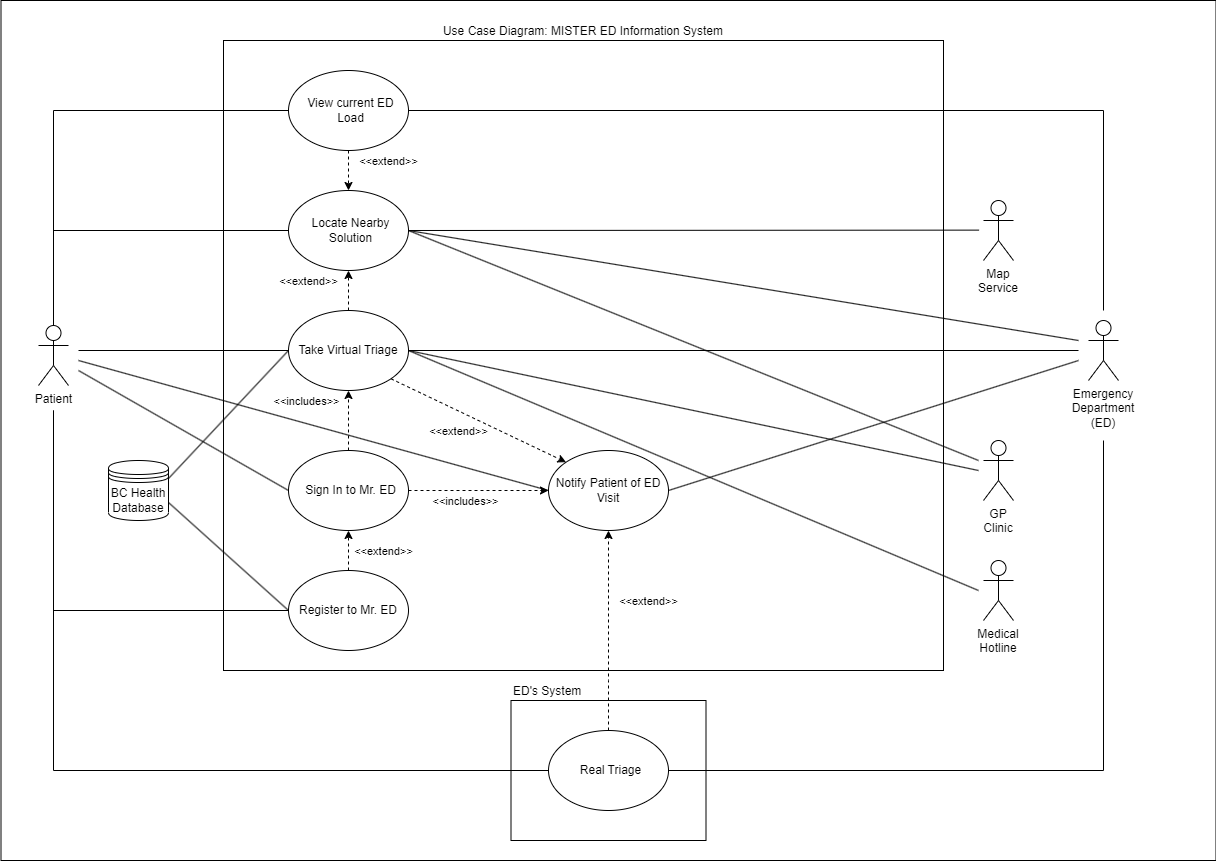
Earlier version of the draw.io export Assets/UseCaseDiagram.drawio.png (uvic-teach/project-m1-team9). Source tidied: cells renumbered, new cells last; positions are measured from the earlier drawing's top-left corner, leaving out a move shared by most shapes. Its diagram source:
```xml
<mxGraphModel background="#FFFFFF">
  <root>
    <mxCell id="0" />
    <mxCell id="1" parent="0" />
    <mxCell id="2" style="rounded=0;whiteSpace=wrap;html=1;labelPosition=center;verticalLabelPosition=top;align=center;verticalAlign=bottom;" parent="1" vertex="1">
      <mxGeometry x="0.5" width="1215" height="860" as="geometry" />
    </mxCell>
    <mxCell id="3" value="ED's System" style="rounded=0;whiteSpace=wrap;html=1;labelPosition=center;verticalLabelPosition=top;align=left;verticalAlign=bottom;" parent="1" vertex="1">
      <mxGeometry x="510.5" y="700" width="195" height="140" as="geometry" />
    </mxCell>
    <mxCell id="4" value="Use Case Diagram: MISTER ED Information System" style="rounded=0;whiteSpace=wrap;html=1;labelPosition=center;verticalLabelPosition=top;align=center;verticalAlign=bottom;" parent="1" vertex="1">
      <mxGeometry x="223" y="40" width="720" height="630" as="geometry" />
    </mxCell>
    <mxCell id="5" style="rounded=0;jettySize=auto;html=1;entryX=0;entryY=0.5;entryDx=0;entryDy=0;endArrow=none;endFill=0;" parent="1" edge="1" target="18">
      <mxGeometry relative="1" as="geometry">
        <mxPoint x="78" y="360" as="sourcePoint" />
      </mxGeometry>
    </mxCell>
    <mxCell id="6" style="rounded=0;jettySize=auto;html=1;entryX=0;entryY=0.5;entryDx=0;entryDy=0;endArrow=none;endFill=0;" parent="1" edge="1" target="15">
      <mxGeometry relative="1" as="geometry">
        <mxPoint x="78" y="350" as="sourcePoint" />
      </mxGeometry>
    </mxCell>
    <mxCell id="7" style="rounded=0;jettySize=auto;html=1;endArrow=none;endFill=0;entryX=0;entryY=0.5;entryDx=0;entryDy=0;" parent="1" edge="1" target="40">
      <mxGeometry relative="1" as="geometry">
        <mxPoint x="78" y="370" as="sourcePoint" />
      </mxGeometry>
    </mxCell>
    <mxCell id="8" style="edgeStyle=orthogonalEdgeStyle;rounded=0;jettySize=auto;html=1;entryX=0;entryY=0.5;entryDx=0;entryDy=0;endArrow=none;endFill=0;" parent="1" edge="1" source="11" target="17">
      <mxGeometry relative="1" as="geometry">
        <Array as="points">
          <mxPoint x="53" y="110" />
        </Array>
      </mxGeometry>
    </mxCell>
    <mxCell id="9" style="edgeStyle=orthogonalEdgeStyle;rounded=0;jettySize=auto;html=1;entryX=0;entryY=0.5;entryDx=0;entryDy=0;endArrow=none;endFill=0;" parent="1" edge="1" source="11" target="34">
      <mxGeometry relative="1" as="geometry">
        <Array as="points">
          <mxPoint x="53" y="230" />
        </Array>
      </mxGeometry>
    </mxCell>
    <mxCell id="10" style="edgeStyle=orthogonalEdgeStyle;rounded=0;jettySize=auto;html=1;entryX=0;entryY=0.5;entryDx=0;entryDy=0;endArrow=none;endFill=0;" parent="1" edge="1" target="44">
      <mxGeometry relative="1" as="geometry">
        <mxPoint x="53" y="410" as="sourcePoint" />
        <Array as="points">
          <mxPoint x="53" y="770" />
        </Array>
      </mxGeometry>
    </mxCell>
    <mxCell id="11" value="Patient" style="shape=umlActor;verticalLabelPosition=bottom;verticalAlign=top;html=1;" parent="1" vertex="1">
      <mxGeometry x="38" y="325" width="30" height="60" as="geometry" />
    </mxCell>
    <mxCell id="12" value="Register to Mr. ED" style="ellipse;whiteSpace=wrap;html=1;" parent="1" vertex="1">
      <mxGeometry x="288" y="570" width="120" height="80" as="geometry" />
    </mxCell>
    <mxCell id="13" style="rounded=0;jettySize=auto;html=1;entryX=0;entryY=0;entryDx=0;entryDy=0;dashed=1;exitX=1;exitY=1;exitDx=0;exitDy=0;" parent="1" edge="1" source="15" target="18">
      <mxGeometry relative="1" as="geometry" />
    </mxCell>
    <mxCell id="14" style="rounded=0;jettySize=auto;html=1;entryX=0.5;entryY=1;entryDx=0;entryDy=0;dashed=1;" parent="1" edge="1" source="15" target="34">
      <mxGeometry relative="1" as="geometry" />
    </mxCell>
    <mxCell id="15" value="Take Virtual Triage" style="ellipse;whiteSpace=wrap;html=1;" parent="1" vertex="1">
      <mxGeometry x="288" y="310" width="120" height="80" as="geometry" />
    </mxCell>
    <mxCell id="16" style="rounded=0;jettySize=auto;html=1;entryX=0.5;entryY=0;entryDx=0;entryDy=0;dashed=1;" parent="1" edge="1" source="17" target="34">
      <mxGeometry relative="1" as="geometry" />
    </mxCell>
    <mxCell id="17" value="View current ED Load" style="ellipse;whiteSpace=wrap;html=1;spacingLeft=5;" parent="1" vertex="1">
      <mxGeometry x="288" y="70" width="120" height="80" as="geometry" />
    </mxCell>
    <mxCell id="18" value="Notify Patient of ED Visit" style="ellipse;whiteSpace=wrap;html=1;" parent="1" vertex="1">
      <mxGeometry x="548" y="450" width="120" height="80" as="geometry" />
    </mxCell>
    <mxCell id="19" style="endArrow=none;html=1;rounded=0;entryX=0;entryY=0.5;entryDx=0;entryDy=0;endFill=0;edgeStyle=orthogonalEdgeStyle;" parent="1" edge="1" target="12">
      <mxGeometry relative="1" as="geometry">
        <mxPoint x="53" y="410" as="sourcePoint" />
        <Array as="points">
          <mxPoint x="53" y="610" />
        </Array>
      </mxGeometry>
    </mxCell>
    <mxCell id="20" style="rounded=0;jettySize=auto;html=1;entryX=1;entryY=0.5;entryDx=0;entryDy=0;endArrow=none;endFill=0;" parent="1" edge="1" target="18">
      <mxGeometry relative="1" as="geometry">
        <mxPoint x="1078" y="360" as="sourcePoint" />
      </mxGeometry>
    </mxCell>
    <mxCell id="21" style="edgeStyle=orthogonalEdgeStyle;rounded=0;jettySize=auto;html=1;entryX=1;entryY=0.5;entryDx=0;entryDy=0;endArrow=none;endFill=0;" parent="1" edge="1" target="44">
      <mxGeometry relative="1" as="geometry">
        <mxPoint x="1103" y="440" as="sourcePoint" />
        <Array as="points">
          <mxPoint x="1103" y="770" />
        </Array>
      </mxGeometry>
    </mxCell>
    <mxCell id="22" value="Emergency Department (ED)" style="shape=umlActor;verticalLabelPosition=bottom;verticalAlign=top;html=1;whiteSpace=wrap;" parent="1" vertex="1">
      <mxGeometry x="1088" y="320" width="30" height="60" as="geometry" />
    </mxCell>
    <mxCell id="23" style="endArrow=none;endFill=0;endSize=6;html=1;rounded=0;entryX=1;entryY=0.5;entryDx=0;entryDy=0;" parent="1" edge="1" target="15">
      <mxGeometry relative="1" as="geometry">
        <mxPoint x="1078" y="350" as="sourcePoint" />
      </mxGeometry>
    </mxCell>
    <mxCell id="24" style="rounded=0;jettySize=auto;html=1;entryX=0;entryY=0.5;entryDx=0;entryDy=0;endArrow=none;endFill=0;exitX=1;exitY=0.7;exitDx=0;exitDy=0;" parent="1" edge="1" source="26" target="12">
      <mxGeometry relative="1" as="geometry" />
    </mxCell>
    <mxCell id="25" style="rounded=0;jettySize=auto;html=1;entryX=0;entryY=0.5;entryDx=0;entryDy=0;endArrow=none;endFill=0;exitX=1;exitY=0.3;exitDx=0;exitDy=0;" parent="1" edge="1" source="26" target="15">
      <mxGeometry relative="1" as="geometry" />
    </mxCell>
    <mxCell id="26" value="BC Health Database" style="shape=datastore;whiteSpace=wrap;html=1;" parent="1" vertex="1">
      <mxGeometry x="108" y="460" width="60" height="60" as="geometry" />
    </mxCell>
    <mxCell id="27" style="rounded=0;jettySize=auto;html=1;entryX=1;entryY=0.5;entryDx=0;entryDy=0;endArrow=none;endFill=0;" parent="1" edge="1" target="15">
      <mxGeometry relative="1" as="geometry">
        <mxPoint x="978" y="590" as="sourcePoint" />
      </mxGeometry>
    </mxCell>
    <mxCell id="28" value="Medical Hotline" style="shape=umlActor;verticalLabelPosition=bottom;verticalAlign=top;html=1;whiteSpace=wrap;" parent="1" vertex="1">
      <mxGeometry x="983" y="560" width="30" height="60" as="geometry" />
    </mxCell>
    <mxCell id="29" style="rounded=0;jettySize=auto;html=1;entryX=1;entryY=0.5;entryDx=0;entryDy=0;endArrow=none;endFill=0;" parent="1" edge="1" target="15">
      <mxGeometry relative="1" as="geometry">
        <mxPoint x="978" y="470" as="sourcePoint" />
      </mxGeometry>
    </mxCell>
    <mxCell id="30" value="GP Clinic" style="shape=umlActor;verticalLabelPosition=bottom;verticalAlign=top;html=1;whiteSpace=wrap;" parent="1" vertex="1">
      <mxGeometry x="983" y="440" width="30" height="60" as="geometry" />
    </mxCell>
    <mxCell id="31" style="rounded=0;jettySize=auto;html=1;endArrow=none;endFill=0;edgeStyle=orthogonalEdgeStyle;" parent="1" edge="1" source="17">
      <mxGeometry relative="1" as="geometry">
        <mxPoint x="1103" y="310" as="targetPoint" />
        <Array as="points">
          <mxPoint x="1103" y="110" />
        </Array>
      </mxGeometry>
    </mxCell>
    <mxCell id="32" value="&amp;lt;&amp;lt;extend&amp;gt;&amp;gt;" style="edgeLabel;html=1;align=center;verticalAlign=middle;" parent="1" vertex="1">
      <mxGeometry x="383" y="550" as="geometry" />
    </mxCell>
    <mxCell id="33" value="&amp;lt;&amp;lt;extend&amp;gt;&amp;gt;" style="edgeLabel;html=1;align=center;verticalAlign=middle;" parent="1" vertex="1">
      <mxGeometry x="308" y="280" as="geometry" />
    </mxCell>
    <mxCell id="34" value="Locate Nearby Solution" style="ellipse;whiteSpace=wrap;html=1;spacingLeft=5;" parent="1" vertex="1">
      <mxGeometry x="288" y="190" width="120" height="80" as="geometry" />
    </mxCell>
    <mxCell id="35" style="rounded=0;jettySize=auto;html=1;entryX=1;entryY=0.5;entryDx=0;entryDy=0;endArrow=none;endFill=0;exitX=0.805;exitY=0.267;exitDx=0;exitDy=0;exitPerimeter=0;" parent="1" edge="1" source="2" target="34">
      <mxGeometry relative="1" as="geometry" />
    </mxCell>
    <mxCell id="36" value="Map Service" style="shape=umlActor;verticalLabelPosition=bottom;verticalAlign=top;html=1;whiteSpace=wrap;" parent="1" vertex="1">
      <mxGeometry x="983" y="200" width="30" height="60" as="geometry" />
    </mxCell>
    <mxCell id="37" style="rounded=0;jettySize=auto;html=1;endArrow=none;endFill=0;exitX=1;exitY=0.5;exitDx=0;exitDy=0;" parent="1" edge="1" source="34">
      <mxGeometry relative="1" as="geometry">
        <mxPoint x="978" y="460" as="targetPoint" />
      </mxGeometry>
    </mxCell>
    <mxCell id="38" style="rounded=0;jettySize=auto;html=1;endArrow=none;endFill=0;exitX=1;exitY=0.5;exitDx=0;exitDy=0;" parent="1" edge="1" source="34">
      <mxGeometry relative="1" as="geometry">
        <mxPoint x="1078" y="340" as="targetPoint" />
      </mxGeometry>
    </mxCell>
    <mxCell id="39" style="rounded=0;jettySize=auto;html=1;entryX=0.5;entryY=1;entryDx=0;entryDy=0;dashed=1;" parent="1" edge="1" source="40" target="15">
      <mxGeometry relative="1" as="geometry" />
    </mxCell>
    <mxCell id="40" value="Sign In to Mr. ED" style="ellipse;whiteSpace=wrap;html=1;spacingLeft=5;" parent="1" vertex="1">
      <mxGeometry x="288" y="450" width="120" height="80" as="geometry" />
    </mxCell>
    <mxCell id="41" value="&amp;lt;&amp;lt;includes&amp;gt;&amp;gt;" style="edgeLabel;html=1;align=center;verticalAlign=middle;" parent="1" vertex="1">
      <mxGeometry x="298" y="410" as="geometry">
        <mxPoint x="8" y="-10" as="offset" />
      </mxGeometry>
    </mxCell>
    <mxCell id="42" style="rounded=0;jettySize=auto;html=1;entryX=0.5;entryY=1;entryDx=0;entryDy=0;dashed=1;" parent="1" edge="1" source="12" target="40">
      <mxGeometry relative="1" as="geometry" />
    </mxCell>
    <mxCell id="43" style="edgeStyle=orthogonalEdgeStyle;rounded=0;jettySize=auto;html=1;dashed=1;" parent="1" edge="1" source="44" target="18">
      <mxGeometry relative="1" as="geometry">
        <Array as="points">
          <mxPoint x="608" y="680" />
          <mxPoint x="608" y="680" />
        </Array>
      </mxGeometry>
    </mxCell>
    <mxCell id="44" value="Real Triage" style="ellipse;whiteSpace=wrap;html=1;spacingLeft=5;" parent="1" vertex="1">
      <mxGeometry x="548" y="730" width="120" height="80" as="geometry" />
    </mxCell>
    <mxCell id="45" value="&amp;lt;&amp;lt;extend&amp;gt;&amp;gt;" style="edgeLabel;html=1;align=center;verticalAlign=middle;" parent="1" vertex="1">
      <mxGeometry x="648" y="600" as="geometry" />
    </mxCell>
    <mxCell id="46" value="&amp;lt;&amp;lt;extend&amp;gt;&amp;gt;" style="edgeLabel;html=1;align=center;verticalAlign=middle;" parent="1" vertex="1">
      <mxGeometry x="458" y="430" as="geometry" />
    </mxCell>
    <mxCell id="47" value="&amp;lt;&amp;lt;extend&amp;gt;&amp;gt;" style="edgeLabel;html=1;align=center;verticalAlign=middle;" parent="1" vertex="1">
      <mxGeometry x="388" y="160" as="geometry" />
    </mxCell>
    <mxCell id="48" style="endArrow=classic;dashed=1;html=1;rounded=0;endFill=1;exitX=1;exitY=0.5;exitDx=0;exitDy=0;entryX=0;entryY=0.5;entryDx=0;entryDy=0;" parent="1" edge="1" source="40" target="18">
      <mxGeometry relative="1" as="geometry" />
    </mxCell>
    <mxCell id="49" value="&amp;lt;&amp;lt;includes&amp;gt;&amp;gt;" style="edgeLabel;html=1;align=center;verticalAlign=middle;" parent="1" vertex="1">
      <mxGeometry x="468" y="440" as="geometry">
        <mxPoint x="-3" y="60" as="offset" />
      </mxGeometry>
    </mxCell>
  </root>
</mxGraphModel>
```
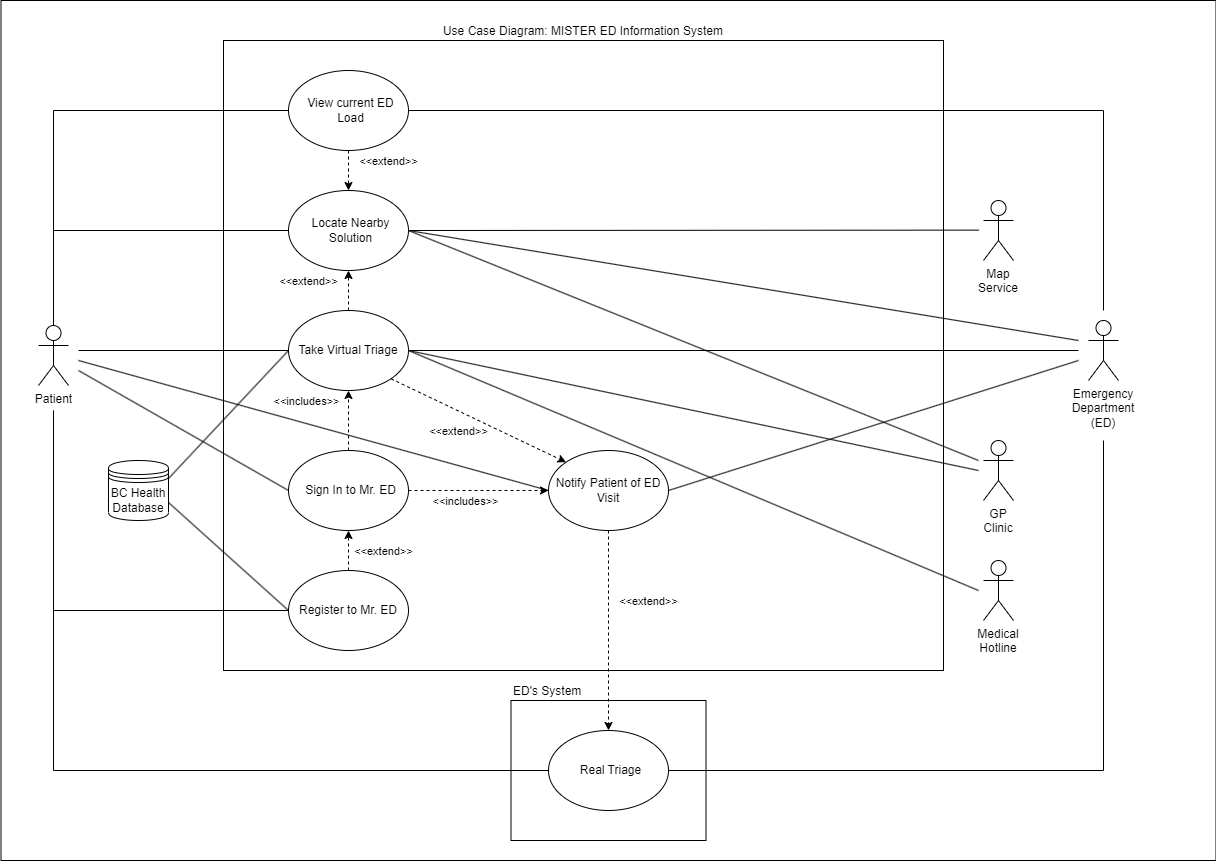
After the commit.

The edit, as a diff of the source:
```diff
@@ -173,14 +173,6 @@
     <mxCell id="42" style="rounded=0;jettySize=auto;html=1;entryX=0.5;entryY=1;entryDx=0;entryDy=0;dashed=1;" parent="1" edge="1" source="12" target="40">
       <mxGeometry relative="1" as="geometry" />
     </mxCell>
-    <mxCell id="43" style="edgeStyle=orthogonalEdgeStyle;rounded=0;jettySize=auto;html=1;dashed=1;" parent="1" edge="1" source="44" target="18">
-      <mxGeometry relative="1" as="geometry">
-        <Array as="points">
-          <mxPoint x="608" y="680" />
-          <mxPoint x="608" y="680" />
-        </Array>
-      </mxGeometry>
-    </mxCell>
     <mxCell id="44" value="Real Triage" style="ellipse;whiteSpace=wrap;html=1;spacingLeft=5;" parent="1" vertex="1">
       <mxGeometry x="548" y="730" width="120" height="80" as="geometry" />
     </mxCell>
@@ -201,5 +193,8 @@
         <mxPoint x="-3" y="60" as="offset" />
       </mxGeometry>
     </mxCell>
+    <mxCell id="50" style="endArrow=classic;dashed=1;html=1;rounded=0;entryX=0.5;entryY=0;entryDx=0;entryDy=0;exitX=0.5;exitY=1;exitDx=0;exitDy=0;endFill=1;" parent="1" edge="1" source="18" target="44">
+      <mxGeometry relative="1" as="geometry" />
+    </mxCell>
   </root>
 </mxGraphModel>
```
